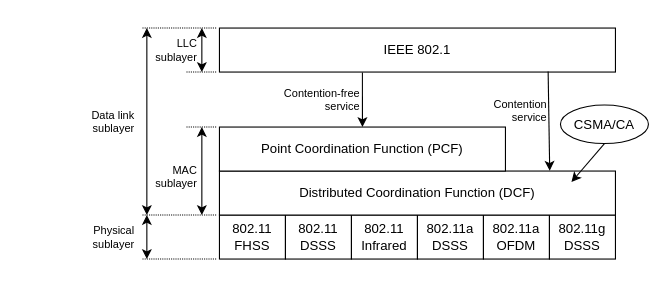
Above: MAClayer.drawio in lehoangnam1803/DATA_Comm_Group2_CSMA_CA (draw.io), before the change. Source tidied: cells renumbered, new cells numbered last; positions are measured from the earlier drawing's top-left corner, leaving out a move shared by most shapes. Both pictures are drawn from the tidied source at 110%, with x=0, y=0 at pixel (87, 28).
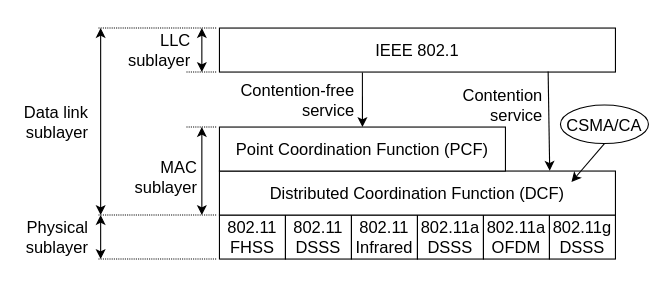
After the change.

What changed in the source:
```diff
@@
-    <mxCell id="2" value="802.11&lt;br&gt;FHSS" style="rounded=0;whiteSpace=wrap;html=1;" parent="1" vertex="1">
+    <mxCell id="2" value="802.11&lt;br style=&quot;font-size: 15px;&quot;&gt;FHSS" style="rounded=0;whiteSpace=wrap;html=1;fontSize=15;" parent="1" vertex="1">
       <mxGeometry x="120" y="170" width="60" height="40" as="geometry" />
     </mxCell>
-    <mxCell id="3" value="802.11&lt;br&gt;DSSS" style="rounded=0;whiteSpace=wrap;html=1;" parent="1" vertex="1">
+    <mxCell id="3" value="802.11&lt;br style=&quot;font-size: 15px;&quot;&gt;DSSS" style="rounded=0;whiteSpace=wrap;html=1;fontSize=15;" parent="1" vertex="1">
       <mxGeometry x="180" y="170" width="60" height="40" as="geometry" />
     </mxCell>
-    <mxCell id="4" value="802.11&lt;br&gt;Infrared" style="rounded=0;whiteSpace=wrap;html=1;" parent="1" vertex="1">
+    <mxCell id="4" value="802.11&lt;br style=&quot;font-size: 15px;&quot;&gt;Infrared" style="rounded=0;whiteSpace=wrap;html=1;fontSize=15;" parent="1" vertex="1">
       <mxGeometry x="240" y="170" width="60" height="40" as="geometry" />
     </mxCell>
-    <mxCell id="5" value="802.11a&lt;br&gt;DSSS" style="rounded=0;whiteSpace=wrap;html=1;" parent="1" vertex="1">
+    <mxCell id="5" value="802.11a&lt;br style=&quot;font-size: 15px;&quot;&gt;DSSS" style="rounded=0;whiteSpace=wrap;html=1;fontSize=15;" parent="1" vertex="1">
       <mxGeometry x="300" y="170" width="60" height="40" as="geometry" />
     </mxCell>
-    <mxCell id="6" value="802.11a&lt;br&gt;OFDM" style="rounded=0;whiteSpace=wrap;html=1;" parent="1" vertex="1">
+    <mxCell id="6" value="802.11a&lt;br style=&quot;font-size: 15px;&quot;&gt;OFDM" style="rounded=0;whiteSpace=wrap;html=1;fontSize=15;" parent="1" vertex="1">
       <mxGeometry x="360" y="170" width="60" height="40" as="geometry" />
     </mxCell>
-    <mxCell id="7" value="802.11g&lt;br&gt;DSSS" style="rounded=0;whiteSpace=wrap;html=1;" parent="1" vertex="1">
+    <mxCell id="7" value="802.11g&lt;br style=&quot;font-size: 15px;&quot;&gt;DSSS" style="rounded=0;whiteSpace=wrap;html=1;fontSize=15;" parent="1" vertex="1">
       <mxGeometry x="420" y="170" width="60" height="40" as="geometry" />
     </mxCell>
-    <mxCell id="8" value="Distributed Coordination Function (DCF)" style="rounded=0;whiteSpace=wrap;html=1;" parent="1" vertex="1">
+    <mxCell id="8" value="Distributed Coordination Function (DCF)" style="rounded=0;whiteSpace=wrap;html=1;fontSize=15;" parent="1" vertex="1">
       <mxGeometry x="120" y="130" width="360" height="40" as="geometry" />
     </mxCell>
-    <mxCell id="9" value="Point Coordination Function (PCF)" style="rounded=0;whiteSpace=wrap;html=1;" parent="1" vertex="1">
+    <mxCell id="9" value="Point Coordination Function (PCF)" style="rounded=0;whiteSpace=wrap;html=1;fontSize=15;" parent="1" vertex="1">
       <mxGeometry x="120" y="90" width="260" height="40" as="geometry" />
     </mxCell>
-    <mxCell id="10" value="IEEE 802.1" style="rounded=0;whiteSpace=wrap;html=1;" parent="1" vertex="1">
+    <mxCell id="10" value="IEEE 802.1" style="rounded=0;whiteSpace=wrap;html=1;fontSize=15;" parent="1" vertex="1">
       <mxGeometry x="120" width="360" height="40" as="geometry" />
     </mxCell>
-    <mxCell id="11" style="endArrow=classic;html=1;rounded=0;entryX=0.5;entryY=0;entryDx=0;entryDy=0;exitX=0.361;exitY=1.012;exitDx=0;exitDy=0;exitPerimeter=0;" parent="1" edge="1" source="10" target="9">
+    <mxCell id="11" style="endArrow=classic;html=1;rounded=0;entryX=0.5;entryY=0;entryDx=0;entryDy=0;exitX=0.361;exitY=1.012;exitDx=0;exitDy=0;exitPerimeter=0;fontSize=15;" parent="1" edge="1" source="10" target="9">
       <mxGeometry relative="1" as="geometry" />
     </mxCell>
-    <mxCell id="12" style="endArrow=classic;html=1;rounded=0;entryX=0.834;entryY=-0.005;entryDx=0;entryDy=0;entryPerimeter=0;exitX=0.83;exitY=1.063;exitDx=0;exitDy=0;exitPerimeter=0;" parent="1" edge="1" target="8">
+    <mxCell id="12" style="endArrow=classic;html=1;rounded=0;entryX=0.834;entryY=-0.005;entryDx=0;entryDy=0;entryPerimeter=0;exitX=0.83;exitY=1.063;exitDx=0;exitDy=0;exitPerimeter=0;fontSize=15;" parent="1" edge="1" target="8">
       <mxGeometry relative="1" as="geometry">
         <mxPoint x="418.8" y="39.5" as="sourcePoint" />
       </mxGeometry>
     </mxCell>
-    <mxCell id="13" value="Contention-free service" style="text;html=1;strokeColor=none;fillColor=none;align=right;verticalAlign=middle;whiteSpace=wrap;rounded=0;fontSize=10;" parent="1" vertex="1">
-      <mxGeometry x="170" y="50" width="80" height="30" as="geometry" />
+    <mxCell id="13" value="Contention-free service" style="text;html=1;strokeColor=none;fillColor=none;align=right;verticalAlign=middle;whiteSpace=wrap;rounded=0;fontSize=15;" parent="1" vertex="1">
+      <mxGeometry x="120" y="50" width="125" height="30" as="geometry" />
     </mxCell>
-    <mxCell id="14" value="Contention&lt;br&gt;&amp;nbsp;service" style="text;html=1;strokeColor=none;fillColor=none;align=right;verticalAlign=middle;whiteSpace=wrap;rounded=0;fontSize=10;" parent="1" vertex="1">
-      <mxGeometry x="350" y="60" width="70" height="30" as="geometry" />
+    <mxCell id="14" value="Contention&lt;br style=&quot;font-size: 15px;&quot;&gt;&amp;nbsp;service" style="text;html=1;strokeColor=none;fillColor=none;align=right;verticalAlign=middle;whiteSpace=wrap;rounded=0;fontSize=15;" parent="1" vertex="1">
+      <mxGeometry x="346" y="55" width="70" height="30" as="geometry" />
     </mxCell>
-    <mxCell id="15" style="endArrow=none;html=1;rounded=0;strokeWidth=1;dashed=1;dashPattern=1 1;" parent="1" edge="1">
+    <mxCell id="15" style="endArrow=none;html=1;rounded=0;strokeWidth=1;dashed=1;dashPattern=1 1;fontSize=15;" parent="1" edge="1">
       <mxGeometry relative="1" as="geometry">
-        <mxPoint x="50" as="sourcePoint" />
+        <mxPoint x="10" as="sourcePoint" />
         <mxPoint x="117" as="targetPoint" />
       </mxGeometry>
     </mxCell>
-    <mxCell id="16" style="endArrow=none;html=1;rounded=0;strokeWidth=1;dashed=1;dashPattern=1 1;" parent="1" edge="1">
+    <mxCell id="16" style="endArrow=none;html=1;rounded=0;strokeWidth=1;dashed=1;dashPattern=1 1;fontSize=15;" parent="1" edge="1">
       <mxGeometry relative="1" as="geometry">
         <mxPoint x="90" y="40" as="sourcePoint" />
         <mxPoint x="117" y="40" as="targetPoint" />
       </mxGeometry>
     </mxCell>
-    <mxCell id="17" style="endArrow=classic;startArrow=classic;html=1;rounded=0;" parent="1" edge="1">
+    <mxCell id="17" style="endArrow=classic;startArrow=classic;html=1;rounded=0;fontSize=15;" parent="1" edge="1">
       <mxGeometry relative="1" as="geometry">
         <mxPoint x="104" y="40" as="sourcePoint" />
         <mxPoint x="104" as="targetPoint" />
       </mxGeometry>
     </mxCell>
-    <mxCell id="18" style="endArrow=none;html=1;rounded=0;strokeWidth=1;dashed=1;dashPattern=1 1;" parent="1" edge="1">
+    <mxCell id="18" style="endArrow=none;html=1;rounded=0;strokeWidth=1;dashed=1;dashPattern=1 1;fontSize=15;" parent="1" edge="1">
       <mxGeometry relative="1" as="geometry">
         <mxPoint x="90" y="90" as="sourcePoint" />
         <mxPoint x="117" y="90" as="targetPoint" />
       </mxGeometry>
     </mxCell>
-    <mxCell id="19" style="endArrow=none;html=1;rounded=0;strokeWidth=1;dashed=1;dashPattern=1 1;" parent="1" edge="1">
+    <mxCell id="19" style="endArrow=none;html=1;rounded=0;strokeWidth=1;dashed=1;dashPattern=1 1;fontSize=15;" parent="1" edge="1">
       <mxGeometry relative="1" as="geometry">
-        <mxPoint x="50" y="170" as="sourcePoint" />
+        <mxPoint x="10" y="170" as="sourcePoint" />
         <mxPoint x="117" y="170" as="targetPoint" />
       </mxGeometry>
     </mxCell>
-    <mxCell id="20" style="endArrow=none;html=1;rounded=0;strokeWidth=1;dashed=1;dashPattern=1 1;" parent="1" edge="1">
+    <mxCell id="20" style="endArrow=none;html=1;rounded=0;strokeWidth=1;dashed=1;dashPattern=1 1;fontSize=15;" parent="1" edge="1">
       <mxGeometry relative="1" as="geometry">
-        <mxPoint x="50" y="210" as="sourcePoint" />
+        <mxPoint x="10" y="210" as="sourcePoint" />
         <mxPoint x="117" y="210" as="targetPoint" />
       </mxGeometry>
     </mxCell>
-    <mxCell id="21" style="endArrow=classic;startArrow=classic;html=1;rounded=0;" parent="1" edge="1">
+    <mxCell id="21" style="endArrow=classic;startArrow=classic;html=1;rounded=0;fontSize=15;" parent="1" edge="1">
       <mxGeometry relative="1" as="geometry">
         <mxPoint x="104" y="170" as="sourcePoint" />
         <mxPoint x="104" y="90" as="targetPoint" />
       </mxGeometry>
     </mxCell>
-    <mxCell id="22" style="endArrow=classic;startArrow=classic;html=1;rounded=0;" parent="1" edge="1">
+    <mxCell id="22" style="endArrow=classic;startArrow=classic;html=1;rounded=0;fontSize=15;" parent="1" edge="1">
       <mxGeometry relative="1" as="geometry">
-        <mxPoint x="54" y="170" as="sourcePoint" />
-        <mxPoint x="54" as="targetPoint" />
+        <mxPoint x="12" y="170" as="sourcePoint" />
+        <mxPoint x="12" as="targetPoint" />
       </mxGeometry>
     </mxCell>
-    <mxCell id="23" style="endArrow=classic;startArrow=classic;html=1;rounded=0;" parent="1" edge="1">
+    <mxCell id="23" style="endArrow=classic;startArrow=classic;html=1;rounded=0;fontSize=15;" parent="1" edge="1">
       <mxGeometry relative="1" as="geometry">
-        <mxPoint x="54" y="210" as="sourcePoint" />
-        <mxPoint x="54" y="170" as="targetPoint" />
+        <mxPoint x="12" y="210" as="sourcePoint" />
+        <mxPoint x="12" y="170" as="targetPoint" />
       </mxGeometry>
     </mxCell>
-    <mxCell id="24" value="LLC &lt;br&gt;sublayer" style="text;html=1;strokeColor=none;fillColor=none;align=right;verticalAlign=middle;whiteSpace=wrap;rounded=0;fontSize=10;" parent="1" vertex="1">
-      <mxGeometry x="57" y="5" width="45" height="30" as="geometry" />
+    <mxCell id="24" value="LLC &lt;br style=&quot;font-size: 15px;&quot;&gt;sublayer" style="text;html=1;strokeColor=none;fillColor=none;align=right;verticalAlign=middle;whiteSpace=wrap;rounded=0;fontSize=15;" parent="1" vertex="1">
+      <mxGeometry x="51" y="5" width="45" height="30" as="geometry" />
     </mxCell>
-    <mxCell id="25" value="MAC&lt;br&gt;sublayer" style="text;html=1;strokeColor=none;fillColor=none;align=right;verticalAlign=middle;whiteSpace=wrap;rounded=0;fontSize=10;" parent="1" vertex="1">
+    <mxCell id="25" value="MAC&lt;br style=&quot;font-size: 15px;&quot;&gt;sublayer" style="text;html=1;strokeColor=none;fillColor=none;align=right;verticalAlign=middle;whiteSpace=wrap;rounded=0;fontSize=15;" parent="1" vertex="1">
       <mxGeometry x="57" y="120" width="45" height="30" as="geometry" />
     </mxCell>
-    <mxCell id="26" value="Data link&lt;br&gt;sublayer" style="text;html=1;strokeColor=none;fillColor=none;align=right;verticalAlign=middle;whiteSpace=wrap;rounded=0;fontSize=10;" parent="1" vertex="1">
-      <mxGeometry y="70" width="45" height="30" as="geometry" />
+    <mxCell id="26" value="Data link&lt;br style=&quot;font-size: 15px;&quot;&gt;sublayer" style="text;html=1;strokeColor=none;fillColor=none;align=right;verticalAlign=middle;whiteSpace=wrap;rounded=0;fontSize=15;" parent="1" vertex="1">
+      <mxGeometry x="-62" y="70" width="65" height="30" as="geometry" />
     </mxCell>
-    <mxCell id="27" value="Physical&lt;br&gt;sublayer" style="text;html=1;strokeColor=none;fillColor=none;align=right;verticalAlign=middle;whiteSpace=wrap;rounded=0;fontSize=10;" parent="1" vertex="1">
-      <mxGeometry y="175" width="45" height="30" as="geometry" />
+    <mxCell id="27" value="Physical&lt;br style=&quot;font-size: 15px;&quot;&gt;sublayer" style="text;html=1;strokeColor=none;fillColor=none;align=right;verticalAlign=middle;whiteSpace=wrap;rounded=0;fontSize=15;" parent="1" vertex="1">
+      <mxGeometry x="-42" y="175" width="45" height="30" as="geometry" />
     </mxCell>
-    <mxCell id="28" value="CSMA/CA" style="ellipse;whiteSpace=wrap;html=1;" parent="1" vertex="1">
+    <mxCell id="28" value="CSMA/CA" style="ellipse;whiteSpace=wrap;html=1;fontSize=15;" parent="1" vertex="1">
       <mxGeometry x="430" y="70" width="80" height="35" as="geometry" />
     </mxCell>
-    <mxCell id="29" style="endArrow=classic;html=1;rounded=0;exitX=0.5;exitY=1;exitDx=0;exitDy=0;" parent="1" edge="1" source="28">
+    <mxCell id="29" style="endArrow=classic;html=1;rounded=0;exitX=0.5;exitY=1;exitDx=0;exitDy=0;fontSize=15;" parent="1" edge="1" source="28">
       <mxGeometry relative="1" as="geometry">
         <mxPoint x="440" y="140" as="targetPoint" />
       </mxGeometry>
     </mxCell>
```
